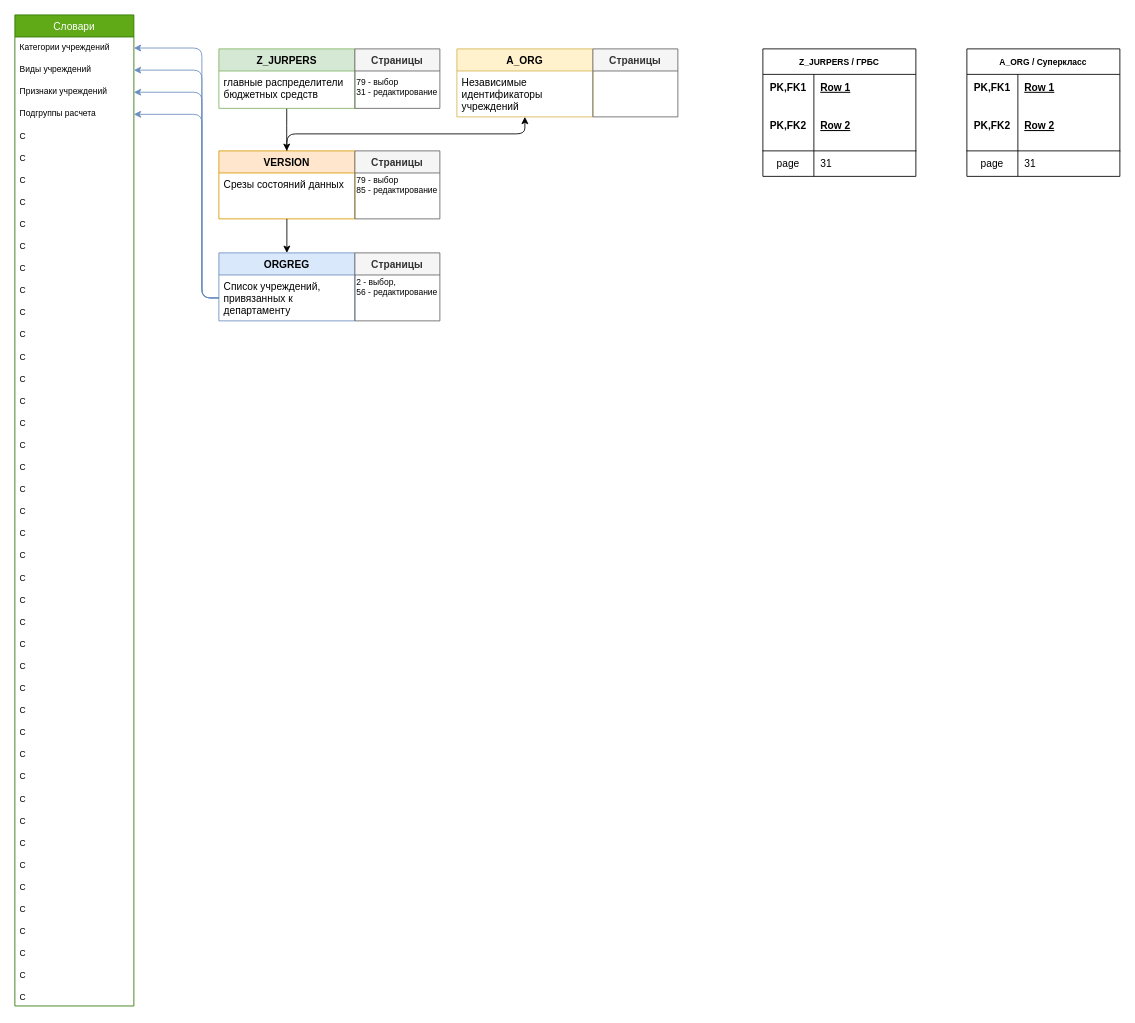
Before: page "Учреждения(+)" (1 of 2) of Untitled Diagram.drawio in VasuaLun/ff, a draw.io diagram. Source tidied: cells renumbered, new cells numbered last; positions are measured from the earlier drawing's top-left corner, leaving out a move shared by most shapes. Both pictures are drawn from the tidied source at 85%, with x=0, y=0 at pixel (14, 14).
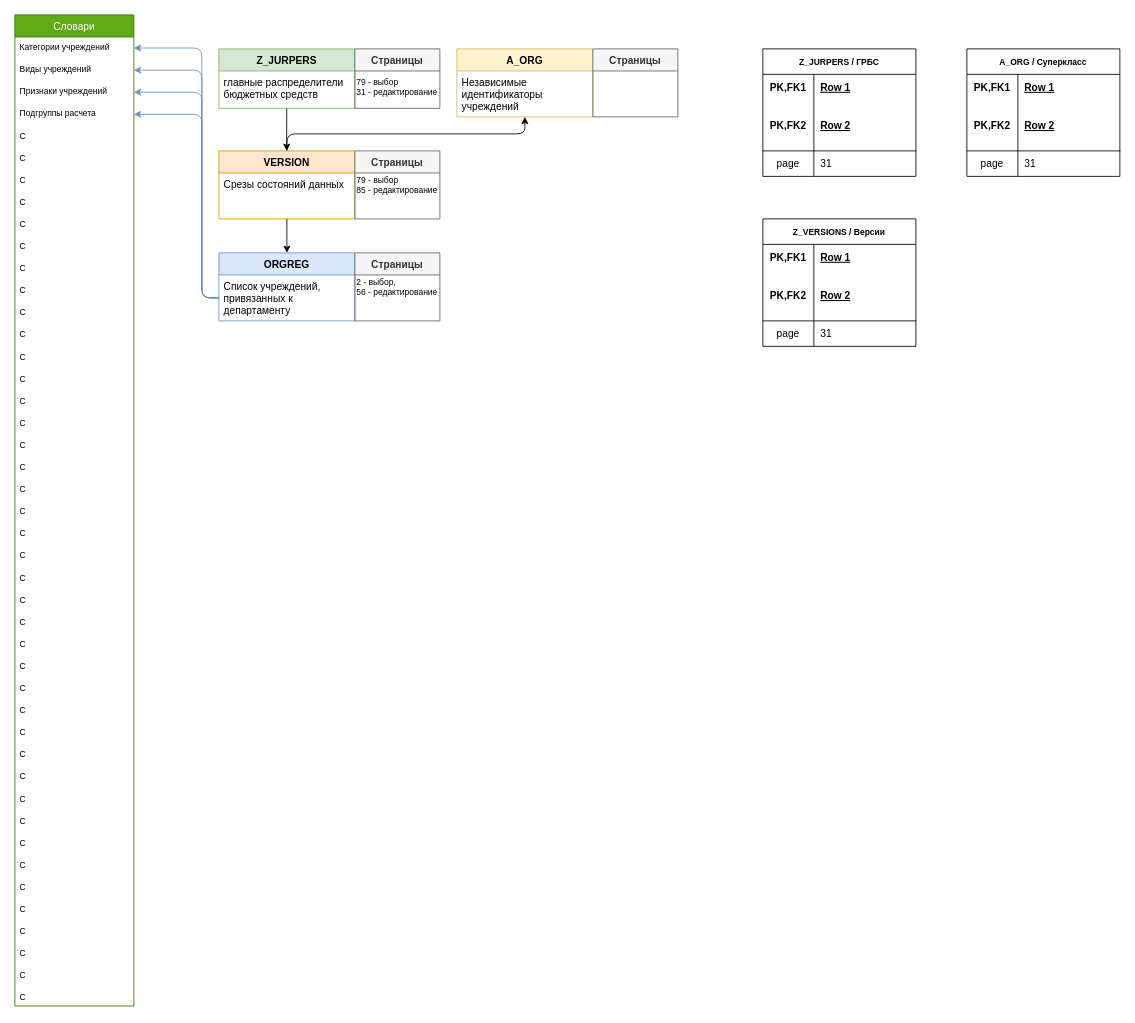
The same diagram, later.

Diff of the diagram source:
```diff
@@
+    <mxCell id="94" value="Z_VERSIONS / Версии" style="shape=table;startSize=30;childLayout=tableLayout;rowLines=0;fontStyle=1;align=center;fontSize=10;" parent="1" vertex="1">
+      <mxGeometry x="880" y="240" width="180" height="150" as="geometry" />
+    </mxCell>
+    <mxCell id="95" style="shape=partialRectangle;fillColor=none;top=0;left=0;bottom=0;right=0;" parent="94" vertex="1">
+      <mxGeometry y="30" width="180" height="30" as="geometry" />
+    </mxCell>
+    <mxCell id="96" value="PK,FK1" style="shape=partialRectangle;fillColor=none;top=0;left=0;bottom=0;right=0;fontStyle=1;overflow=hidden;" parent="95" vertex="1">
+      <mxGeometry width="60" height="30" as="geometry" />
+    </mxCell>
+    <mxCell id="97" value="Row 1" style="shape=partialRectangle;fillColor=none;top=0;left=0;bottom=0;right=0;align=left;spacingLeft=6;fontStyle=5;overflow=hidden;" parent="95" vertex="1">
+      <mxGeometry x="60" width="120" height="30" as="geometry" />
+    </mxCell>
+    <mxCell id="98" style="shape=partialRectangle;fillColor=none;top=0;left=0;bottom=1;right=0;" parent="94" vertex="1">
+      <mxGeometry y="60" width="180" height="60" as="geometry" />
+    </mxCell>
+    <mxCell id="99" value="PK,FK2" style="shape=partialRectangle;fillColor=none;top=0;left=0;bottom=0;right=0;fontStyle=1;overflow=hidden;" parent="98" vertex="1">
+      <mxGeometry width="60" height="60" as="geometry" />
+    </mxCell>
+    <mxCell id="100" value="Row 2" style="shape=partialRectangle;fillColor=none;top=0;left=0;bottom=0;right=0;align=left;spacingLeft=6;fontStyle=5;overflow=hidden;" parent="98" vertex="1">
+      <mxGeometry x="60" width="120" height="60" as="geometry" />
+    </mxCell>
+    <mxCell id="101" style="shape=partialRectangle;fillColor=none;top=0;left=0;bottom=0;right=0;" parent="94" vertex="1">
+      <mxGeometry y="120" width="180" height="30" as="geometry" />
+    </mxCell>
+    <mxCell id="102" value="page" style="shape=partialRectangle;fillColor=none;top=0;left=0;bottom=0;right=0;overflow=hidden;" parent="101" vertex="1">
+      <mxGeometry width="60" height="30" as="geometry" />
+    </mxCell>
+    <mxCell id="103" value="31" style="shape=partialRectangle;fillColor=none;top=0;left=0;bottom=0;right=0;align=left;spacingLeft=6;overflow=hidden;" parent="101" vertex="1">
+      <mxGeometry x="60" width="120" height="30" as="geometry" />
+    </mxCell>
```
